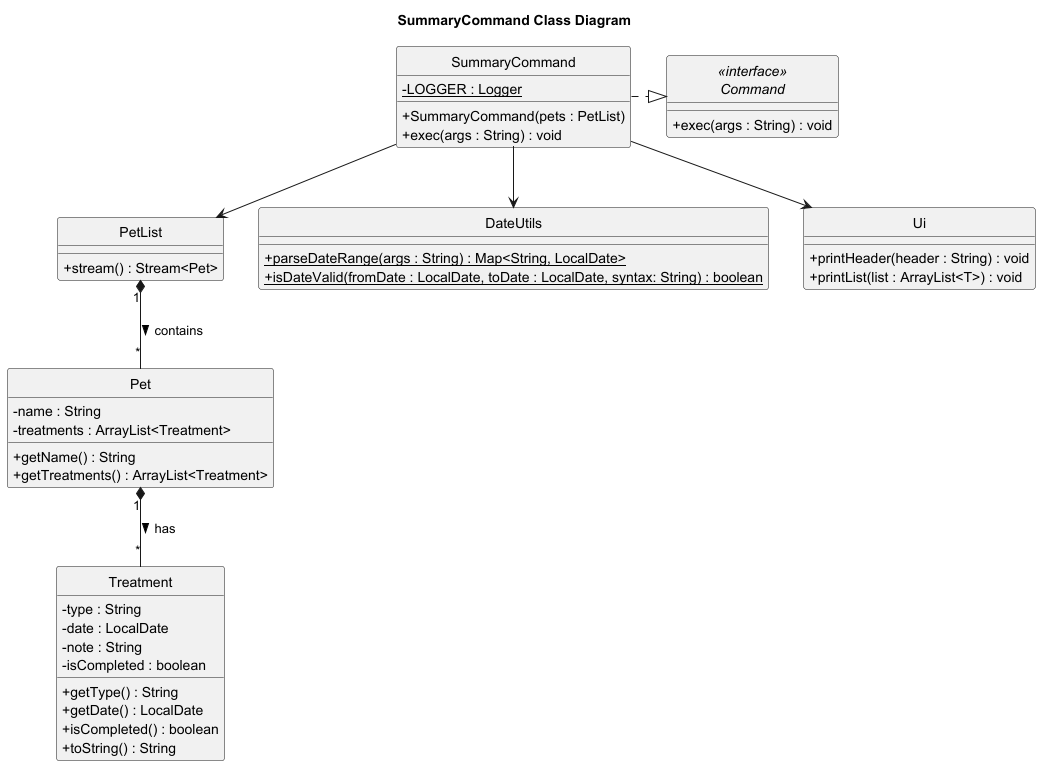
This is docs/diagrams/SummaryCommand_Class_Diagram.png from Kevin88866/tp, a PlantUML export, as it was before one commit. Source of this version:
```plantuml
@startuml
skinparam classAttributeIconSize 0
hide circle
title SummaryCommand Class Diagram


interface "<<interface>>\nCommand" as Command {
    + exec(args : String) : void
}

class SummaryCommand {
    - {static} LOGGER : Logger
    + SummaryCommand(pets : PetList)
    + exec(args : String) : void
}

class PetList {
    + stream() : Stream<Pet>
}

class Pet {
    - name : String
    - treatments : ArrayList<Treatment>
    + getName() : String
    + getTreatments() : ArrayList<Treatment>
}

class Treatment {
    - type : String
    - date : LocalDate
    - note : String
    - isCompleted : boolean
    + getType() : String
    + getDate() : LocalDate
    + isCompleted() : boolean
    + toString() : String
}

class DateUtils {
    + {static} parseDateRange(args : String) : Map<String, LocalDate>
    + {static} isDateValid(fromDate : LocalDate, toDate : LocalDate, syntax: String) : boolean
}

class Ui {
    + printHeader(header : String) : void
    + printList(list : ArrayList<T>) : void
}


SummaryCommand .|> Command
SummaryCommand --> PetList
SummaryCommand --> Ui
SummaryCommand --> DateUtils
PetList "1" *-- "*" Pet : contains >
Pet "1" *-- "*" Treatment : has >
@enduml
```
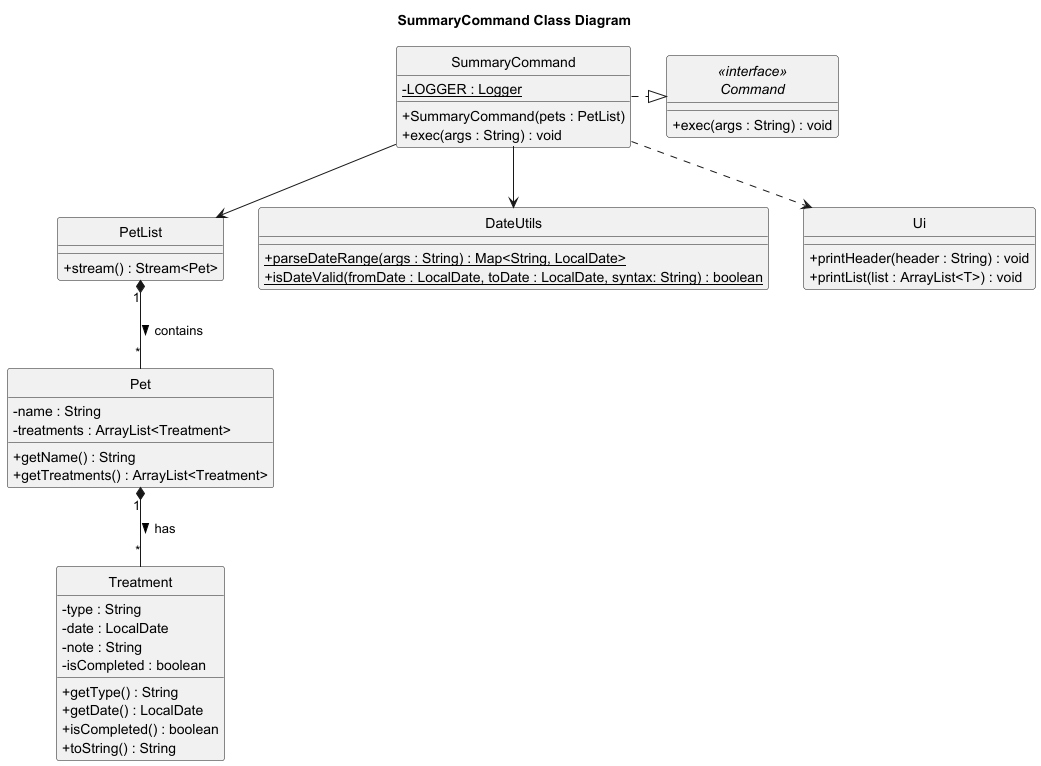
The same diagram one commit later.

Commit message:
Update class diagrams

Diff of the diagram source:
```diff
@@ -49,7 +49,7 @@
 
 SummaryCommand .|> Command
 SummaryCommand --> PetList
-SummaryCommand --> Ui
+SummaryCommand ..> Ui
 SummaryCommand --> DateUtils
 PetList "1" *-- "*" Pet : contains >
 Pet "1" *-- "*" Treatment : has >
```
